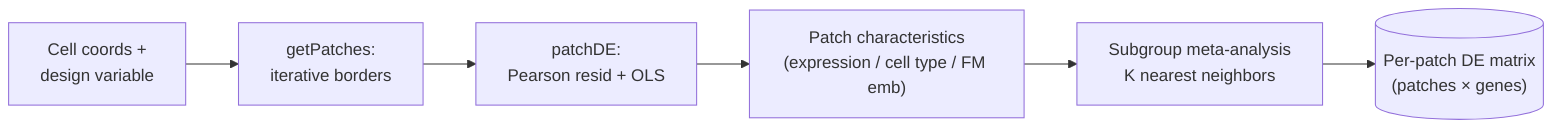
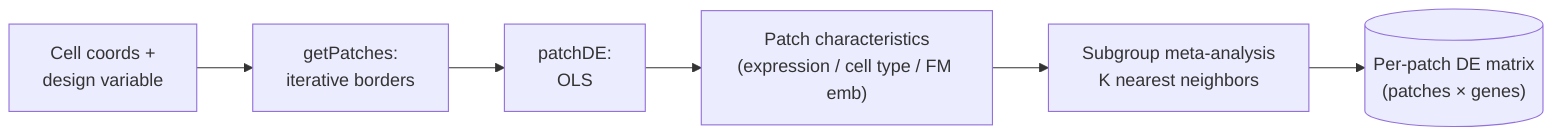
flowchart LR
  A["Cell coords +<br/>design variable"] --> B["getPatches:<br/>iterative borders"]
-   B --> C["patchDE:<br/>Pearson resid + OLS"]
+   B --> C["patchDE:<br/>OLS"]
  C --> D["Patch characteristics<br/>(expression / cell type / FM emb)"]
  D --> E["Subgroup meta-analysis<br/>K nearest neighbors"]
  E --> F[("Per-patch DE matrix<br/>(patches × genes)")]
